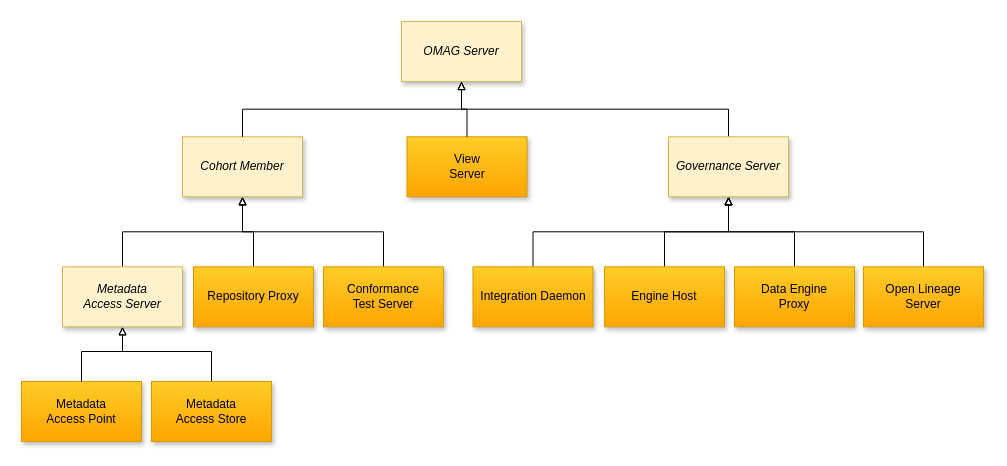
Above: page "types-of-omag-servers" (2 of 31) of site/docs/guides/admin/egeria-admin.drawio in odpi/egeria-docs (draw.io), before the change. Source tidied: cells renumbered, new cells numbered last; positions are measured from the earlier drawing's top-left corner, leaving out a move shared by most shapes. Both pictures are drawn from the tidied source at 100%, with x=0, y=0 at pixel (21, 21).
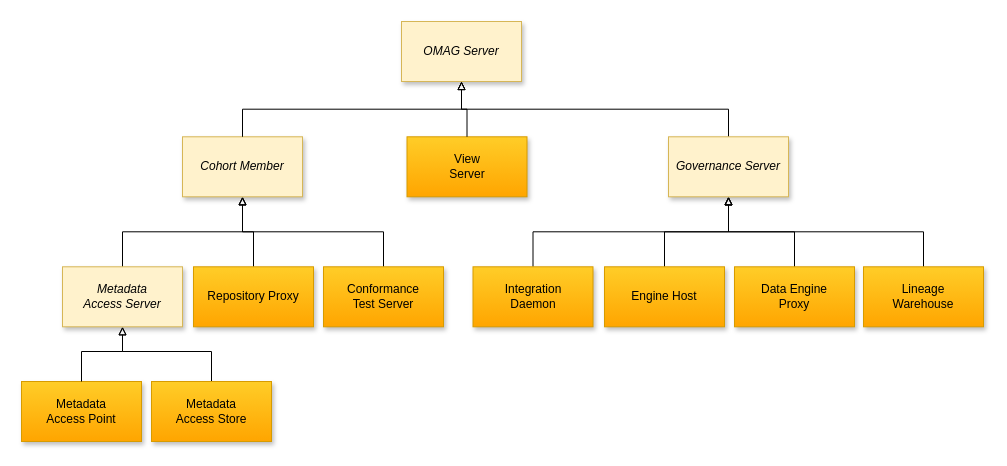
The same page after the edit.

What changed in the source:
```diff
@@
-    <mxCell id="15" value="Open Lineage&lt;br&gt;Server" style="rounded=0;whiteSpace=wrap;html=1;fillColor=#ffcd28;strokeColor=#d79b00;gradientColor=#ffa500;shadow=1;" parent="1" vertex="1">
+    <mxCell id="15" value="Lineage&lt;br&gt;Warehouse" style="rounded=0;whiteSpace=wrap;html=1;fillColor=#ffcd28;strokeColor=#d79b00;gradientColor=#ffa500;shadow=1;" parent="1" vertex="1">
       <mxGeometry x="842" y="245.3" width="120" height="60" as="geometry" />
     </mxCell>
@@
-    <mxCell id="18" value="Integration Daemon" style="rounded=0;whiteSpace=wrap;html=1;fillColor=#ffcd28;strokeColor=#d79b00;fontStyle=0;gradientColor=#ffa500;shadow=1;" parent="1" vertex="1">
+    <mxCell id="18" value="Integration&lt;br&gt;Daemon" style="rounded=0;whiteSpace=wrap;html=1;fillColor=#ffcd28;strokeColor=#d79b00;fontStyle=0;gradientColor=#ffa500;shadow=1;" parent="1" vertex="1">
       <mxGeometry x="451.5" y="245.3" width="120" height="60" as="geometry" />
     </mxCell>
```
